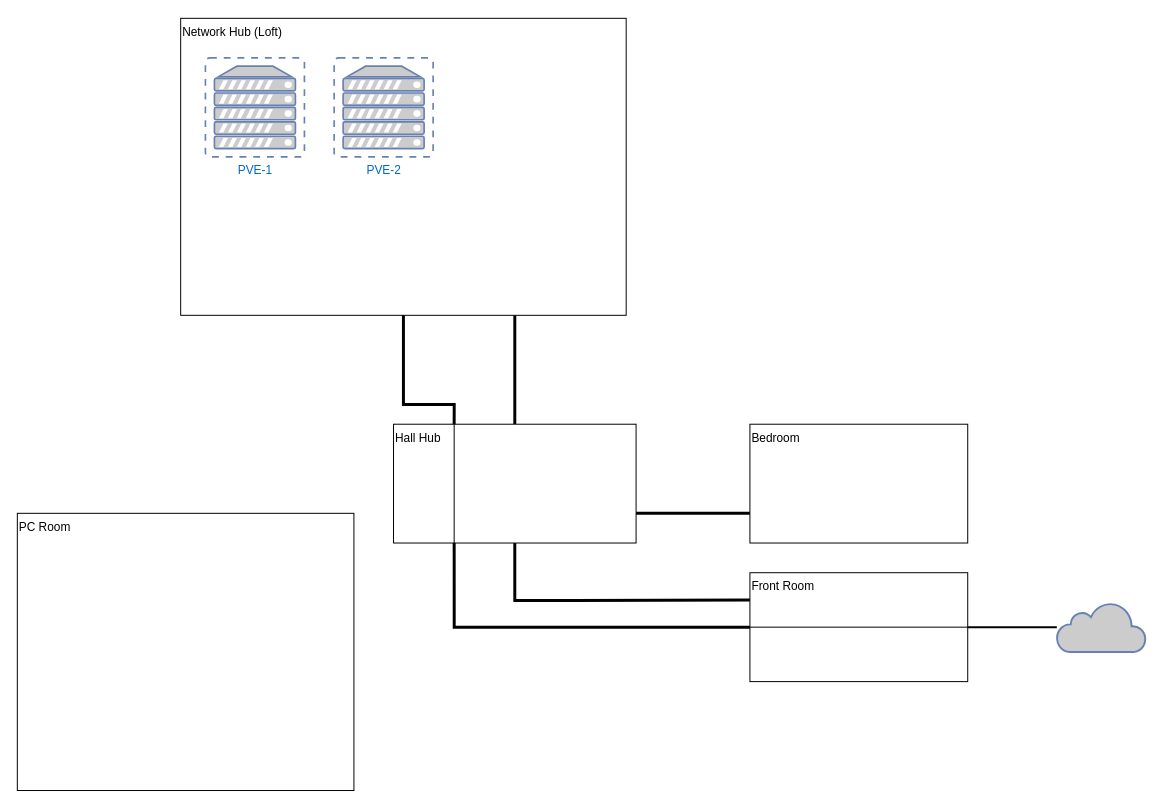
The draw.io diagram diagrams/HomeNetwork.drawio in CeruleanSpiral/home-network, before the edit. Source tidied: cells renumbered, new cells numbered last; positions are measured from the earlier drawing's top-left corner, leaving out a move shared by most shapes. Both pictures are drawn from the tidied source at 99%, with x=0, y=0 at pixel (17, 18).
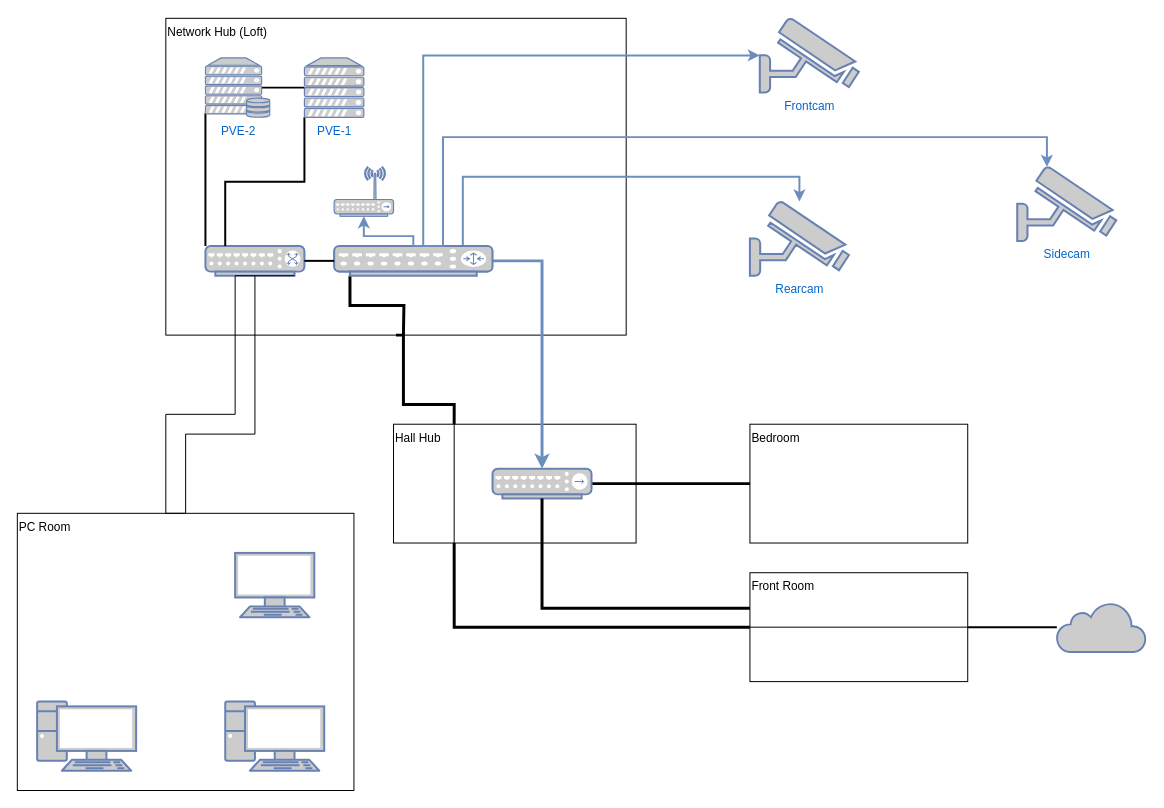
The same page after the edit.

The change refers to these unchanged cells:
```xml
<mxCell id="6" value="Hall Hub" style="rounded=0;whiteSpace=wrap;html=1;verticalAlign=top;align=left;" parent="1" vertex="1">
  <mxGeometry x="380" y="410" width="245" height="120" as="geometry" />
</mxCell>
<mxCell id="8" value="Front Room" style="rounded=0;whiteSpace=wrap;html=1;verticalAlign=top;align=left;" parent="1" vertex="1">
  <mxGeometry x="740" y="560" width="220" height="110" as="geometry" />
</mxCell>
<mxCell id="12" value="PC Room" style="rounded=0;whiteSpace=wrap;html=1;verticalAlign=top;align=left;" parent="1" vertex="1">
  <mxGeometry y="500" width="340" height="280" as="geometry" />
</mxCell>
```

Diff of the diagram source:
```diff
@@
-    <mxCell id="2" style="edgeStyle=orthogonalEdgeStyle;rounded=0;jettySize=auto;html=1;exitX=0.75;exitY=1;exitDx=0;exitDy=0;entryX=0.5;entryY=0;entryDx=0;entryDy=0;endArrow=none;endFill=0;strokeWidth=3;" parent="1" edge="1" source="3" target="6">
-      <mxGeometry relative="1" as="geometry" />
-    </mxCell>
     <mxCell id="3" value="Network Hub (Loft)" style="rounded=0;whiteSpace=wrap;html=1;verticalAlign=top;align=left;" parent="1" vertex="1">
-      <mxGeometry x="165" width="450" height="300" as="geometry" />
+      <mxGeometry x="150" width="465" height="320" as="geometry" />
     </mxCell>
-    <mxCell id="4" style="edgeStyle=orthogonalEdgeStyle;rounded=0;jettySize=auto;html=1;entryX=0;entryY=0.25;entryDx=0;entryDy=0;strokeWidth=3;endArrow=none;endFill=0;exitX=0.5;exitY=1;exitDx=0;exitDy=0;" parent="1" edge="1" source="6" target="8">
-      <mxGeometry relative="1" as="geometry">
-        <Array as="points">
-          <mxPoint x="503" y="588" />
-          <mxPoint x="561" y="588" />
-        </Array>
-      </mxGeometry>
-    </mxCell>
@@
+    <mxCell id="17" value="Bedroom" style="rounded=0;whiteSpace=wrap;html=1;verticalAlign=top;align=left;" parent="1" vertex="1">
+      <mxGeometry x="740" y="410" width="220" height="120" as="geometry" />
+    </mxCell>
+    <mxCell id="18" style="fontColor=#0066CC;verticalAlign=top;verticalLabelPosition=bottom;labelPosition=center;align=center;html=1;fillColor=#CCCCCC;strokeColor=#6881B3;gradientColor=none;gradientDirection=north;strokeWidth=2;shape=mxgraph.networks.pc;" parent="1" vertex="1">
+      <mxGeometry x="210" y="690" width="100" height="70" as="geometry" />
+    </mxCell>
+    <mxCell id="19" style="fontColor=#0066CC;verticalAlign=top;verticalLabelPosition=bottom;labelPosition=center;align=center;html=1;fillColor=#CCCCCC;strokeColor=#6881B3;gradientColor=none;gradientDirection=north;strokeWidth=2;shape=mxgraph.networks.pc;" parent="1" vertex="1">
+      <mxGeometry x="20" y="690" width="100" height="70" as="geometry" />
+    </mxCell>
+    <mxCell id="20" style="fontColor=#0066CC;verticalAlign=top;verticalLabelPosition=bottom;labelPosition=center;align=center;html=1;fillColor=#CCCCCC;strokeColor=#6881B3;gradientColor=none;gradientDirection=north;strokeWidth=2;shape=mxgraph.networks.terminal;" parent="1" vertex="1">
+      <mxGeometry x="220" y="540" width="80" height="65" as="geometry" />
+    </mxCell>
+    <mxCell id="21" style="edgeStyle=orthogonalEdgeStyle;rounded=0;jettySize=auto;html=1;exitX=0.1;exitY=1;exitDx=0;exitDy=0;exitPerimeter=0;endArrow=none;endFill=0;strokeWidth=3;" parent="1" edge="1" source="24">
+      <mxGeometry relative="1" as="geometry">
+        <mxPoint x="390" y="320" as="targetPoint" />
+      </mxGeometry>
+    </mxCell>
+    <mxCell id="22" style="edgeStyle=orthogonalEdgeStyle;rounded=0;jettySize=auto;html=1;exitX=1;exitY=0.5;exitDx=0;exitDy=0;exitPerimeter=0;strokeWidth=3;endArrow=classic;endFill=1;fillColor=#dae8fc;strokeColor=#6c8ebf;" parent="1" edge="1" source="24" target="26">
+      <mxGeometry relative="1" as="geometry" />
+    </mxCell>
+    <mxCell id="23" style="edgeStyle=orthogonalEdgeStyle;rounded=0;jettySize=auto;html=1;exitX=0.5;exitY=0;exitDx=0;exitDy=0;exitPerimeter=0;fillColor=#dae8fc;strokeColor=#6c8ebf;strokeWidth=2;" parent="1" edge="1" source="24" target="31">
+      <mxGeometry relative="1" as="geometry">
+        <Array as="points">
+          <mxPoint x="450" y="230" />
+          <mxPoint x="450" y="160" />
+          <mxPoint x="790" y="160" />
+        </Array>
+      </mxGeometry>
+    </mxCell>
+    <mxCell id="24" style="fontColor=#0066CC;verticalAlign=top;verticalLabelPosition=bottom;labelPosition=center;align=center;html=1;outlineConnect=0;fillColor=#CCCCCC;strokeColor=#6881B3;gradientColor=none;gradientDirection=north;strokeWidth=2;shape=mxgraph.networks.router;" parent="1" vertex="1">
+      <mxGeometry x="320" y="230" width="160" height="30" as="geometry" />
+    </mxCell>
+    <mxCell id="25" style="edgeStyle=orthogonalEdgeStyle;rounded=0;jettySize=auto;html=1;exitX=1;exitY=0.5;exitDx=0;exitDy=0;exitPerimeter=0;entryX=0;entryY=0.5;entryDx=0;entryDy=0;strokeWidth=3;endArrow=none;endFill=0;" parent="1" edge="1" source="26" target="17">
+      <mxGeometry relative="1" as="geometry" />
+    </mxCell>
+    <mxCell id="26" style="fontColor=#0066CC;verticalAlign=top;verticalLabelPosition=bottom;labelPosition=center;align=center;html=1;outlineConnect=0;fillColor=#CCCCCC;strokeColor=#6881B3;gradientColor=none;gradientDirection=north;strokeWidth=2;shape=mxgraph.networks.hub;" parent="1" vertex="1">
+      <mxGeometry x="480" y="455" width="100" height="30" as="geometry" />
+    </mxCell>
+    <mxCell id="27" style="fontColor=#0066CC;verticalAlign=top;verticalLabelPosition=bottom;labelPosition=center;align=center;html=1;outlineConnect=0;fillColor=#CCCCCC;strokeColor=#6881B3;gradientColor=none;gradientDirection=north;strokeWidth=2;shape=mxgraph.networks.switch;" parent="1" vertex="1">
+      <mxGeometry x="190" y="230" width="100" height="30" as="geometry" />
+    </mxCell>
+    <mxCell id="28" style="edgeStyle=orthogonalEdgeStyle;rounded=0;jettySize=auto;html=1;exitX=1;exitY=0.5;exitDx=0;exitDy=0;exitPerimeter=0;entryX=0;entryY=0.5;entryDx=0;entryDy=0;entryPerimeter=0;endArrow=none;endFill=0;strokeWidth=2;" parent="1" edge="1" source="27" target="24">
+      <mxGeometry relative="1" as="geometry" />
+    </mxCell>
+    <mxCell id="29" style="edgeStyle=orthogonalEdgeStyle;rounded=0;jettySize=auto;html=1;exitX=0.5;exitY=1;exitDx=0;exitDy=0;exitPerimeter=0;entryX=0.5;entryY=0;entryDx=0;entryDy=0;endArrow=none;endFill=0;" parent="1" edge="1" source="27" target="12">
+      <mxGeometry relative="1" as="geometry">
+        <Array as="points">
+          <mxPoint x="220" y="260" />
+          <mxPoint x="220" y="400" />
+          <mxPoint x="150" y="400" />
+        </Array>
+      </mxGeometry>
+    </mxCell>
+    <mxCell id="30" style="edgeStyle=orthogonalEdgeStyle;rounded=0;jettySize=auto;html=1;exitX=0.9;exitY=1;exitDx=0;exitDy=0;exitPerimeter=0;entryX=0.5;entryY=0;entryDx=0;entryDy=0;endArrow=none;endFill=0;" parent="1" edge="1" source="27" target="12">
+      <mxGeometry relative="1" as="geometry">
+        <Array as="points">
+          <mxPoint x="240" y="260" />
+          <mxPoint x="240" y="420" />
+          <mxPoint x="170" y="420" />
+        </Array>
+      </mxGeometry>
+    </mxCell>
+    <mxCell id="31" value="Rearcam" style="fontColor=#0066CC;verticalAlign=top;verticalLabelPosition=bottom;labelPosition=center;align=center;html=1;outlineConnect=0;fillColor=#CCCCCC;strokeColor=#6881B3;gradientColor=none;gradientDirection=north;strokeWidth=2;shape=mxgraph.networks.security_camera;" parent="1" vertex="1">
+      <mxGeometry x="740" y="185" width="100" height="75" as="geometry" />
+    </mxCell>
+    <mxCell id="32" value="Sidecam" style="fontColor=#0066CC;verticalAlign=top;verticalLabelPosition=bottom;labelPosition=center;align=center;html=1;outlineConnect=0;fillColor=#CCCCCC;strokeColor=#6881B3;gradientColor=none;gradientDirection=north;strokeWidth=2;shape=mxgraph.networks.security_camera;" parent="1" vertex="1">
+      <mxGeometry x="1010" y="150" width="100" height="75" as="geometry" />
+    </mxCell>
+    <mxCell id="33" value="Frontcam" style="fontColor=#0066CC;verticalAlign=top;verticalLabelPosition=bottom;labelPosition=center;align=center;html=1;outlineConnect=0;fillColor=#CCCCCC;strokeColor=#6881B3;gradientColor=none;gradientDirection=north;strokeWidth=2;shape=mxgraph.networks.security_camera;" parent="1" vertex="1">
+      <mxGeometry x="750" width="100" height="75" as="geometry" />
+    </mxCell>
+    <mxCell id="34" style="edgeStyle=orthogonalEdgeStyle;rounded=0;jettySize=auto;html=1;exitX=0.5;exitY=1;exitDx=0;exitDy=0;exitPerimeter=0;entryX=0;entryY=0.327;entryDx=0;entryDy=0;entryPerimeter=0;strokeWidth=3;endArrow=none;endFill=0;" parent="1" edge="1" source="26" target="8">
+      <mxGeometry relative="1" as="geometry" />
+    </mxCell>
+    <mxCell id="35" style="edgeStyle=orthogonalEdgeStyle;rounded=0;jettySize=auto;html=1;exitX=0.5;exitY=0;exitDx=0;exitDy=0;exitPerimeter=0;entryX=0;entryY=0.5;entryDx=0;entryDy=0;entryPerimeter=0;endArrow=classic;endFill=1;strokeWidth=2;fillColor=#dae8fc;strokeColor=#6c8ebf;" parent="1" edge="1" source="24" target="33">
+      <mxGeometry relative="1" as="geometry">
+        <Array as="points">
+          <mxPoint x="410" y="230" />
+          <mxPoint x="410" y="38" />
+        </Array>
+      </mxGeometry>
+    </mxCell>
+    <mxCell id="36" style="edgeStyle=orthogonalEdgeStyle;rounded=0;jettySize=auto;html=1;exitX=0.5;exitY=0;exitDx=0;exitDy=0;exitPerimeter=0;entryX=0.3;entryY=0;entryDx=0;entryDy=0;entryPerimeter=0;fillColor=#dae8fc;strokeColor=#6c8ebf;strokeWidth=2;" parent="1" edge="1" source="24" target="32">
+      <mxGeometry relative="1" as="geometry">
+        <Array as="points">
+          <mxPoint x="430" y="230" />
+          <mxPoint x="430" y="120" />
+          <mxPoint x="1040" y="120" />
+        </Array>
+      </mxGeometry>
+    </mxCell>
+    <mxCell id="37" style="edgeStyle=orthogonalEdgeStyle;rounded=0;jettySize=auto;html=1;strokeWidth=2;endArrow=none;endFill=0;exitX=0;exitY=0.93;exitDx=0;exitDy=0;exitPerimeter=0;" parent="1" edge="1" source="14" target="27">
+      <mxGeometry relative="1" as="geometry">
+        <Array as="points">
+          <mxPoint x="190" y="160" />
+          <mxPoint x="190" y="160" />
+        </Array>
+      </mxGeometry>
+    </mxCell>
-    <mxCell id="14" value="PVE-2" style="fontColor=#0066CC;verticalAlign=top;verticalLabelPosition=bottom;labelPosition=center;align=center;html=1;outlineConnect=0;fillColor=#CCCCCC;strokeColor=#6881B3;gradientColor=none;gradientDirection=north;strokeWidth=2;shape=mxgraph.networks.virtual_server;" parent="1" vertex="1">
-      <mxGeometry x="320" y="40" width="100" height="100" as="geometry" />
+    <mxCell id="14" value="PVE-2" style="fontColor=#0066CC;verticalAlign=top;verticalLabelPosition=bottom;labelPosition=center;align=center;html=1;outlineConnect=0;fillColor=#CCCCCC;strokeColor=#6881B3;gradientColor=none;gradientDirection=north;strokeWidth=2;shape=mxgraph.networks.server_storage;" parent="1" vertex="1">
+      <mxGeometry x="190" y="40" width="65" height="60" as="geometry" />
     </mxCell>
+    <mxCell id="38" style="edgeStyle=orthogonalEdgeStyle;rounded=0;jettySize=auto;html=1;exitX=0;exitY=1;exitDx=0;exitDy=0;exitPerimeter=0;endArrow=none;endFill=0;strokeWidth=2;" parent="1" edge="1" source="15" target="27">
+      <mxGeometry relative="1" as="geometry">
+        <Array as="points">
+          <mxPoint x="290" y="165" />
+          <mxPoint x="210" y="165" />
+        </Array>
+      </mxGeometry>
+    </mxCell>
-    <mxCell id="15" value="PVE-1" style="fontColor=#0066CC;verticalAlign=top;verticalLabelPosition=bottom;labelPosition=center;align=center;html=1;outlineConnect=0;fillColor=#CCCCCC;strokeColor=#6881B3;gradientColor=none;gradientDirection=north;strokeWidth=2;shape=mxgraph.networks.virtual_server;" parent="1" vertex="1">
-      <mxGeometry x="190" y="40" width="100" height="100" as="geometry" />
+    <mxCell id="15" value="PVE-1" style="fontColor=#0066CC;verticalAlign=top;verticalLabelPosition=bottom;labelPosition=center;align=center;html=1;outlineConnect=0;fillColor=#CCCCCC;strokeColor=#6881B3;gradientColor=none;gradientDirection=north;strokeWidth=2;shape=mxgraph.networks.server;" parent="1" vertex="1">
+      <mxGeometry x="290" y="40" width="60" height="60" as="geometry" />
     </mxCell>
-    <mxCell id="16" style="edgeStyle=orthogonalEdgeStyle;rounded=0;jettySize=auto;html=1;exitX=0;exitY=0.75;exitDx=0;exitDy=0;entryX=1;entryY=0.75;entryDx=0;entryDy=0;verticalAlign=middle;align=center;endArrow=none;endFill=0;strokeWidth=3;" parent="1" edge="1" source="17" target="6">
-      <mxGeometry relative="1" as="geometry" />
-    </mxCell>
-    <mxCell id="17" value="Bedroom" style="rounded=0;whiteSpace=wrap;html=1;verticalAlign=top;align=left;" parent="1" vertex="1">
-      <mxGeometry x="740" y="410" width="220" height="120" as="geometry" />
-    </mxCell>
+    <mxCell id="39" style="edgeStyle=orthogonalEdgeStyle;rounded=0;jettySize=auto;html=1;exitX=0.88;exitY=0.5;exitDx=0;exitDy=0;exitPerimeter=0;entryX=0;entryY=0.5;entryDx=0;entryDy=0;entryPerimeter=0;endArrow=none;endFill=0;strokeWidth=2;" parent="1" edge="1" source="14" target="15">
+      <mxGeometry relative="1" as="geometry" />
+    </mxCell>
+    <mxCell id="40" style="edgeStyle=orthogonalEdgeStyle;rounded=0;jettySize=auto;html=1;startArrow=classic;startFill=1;endArrow=none;endFill=0;fillColor=#dae8fc;strokeColor=#6c8ebf;strokeWidth=2;" parent="1" edge="1" source="41" target="24">
+      <mxGeometry relative="1" as="geometry" />
+    </mxCell>
+    <mxCell id="41" style="fontColor=#0066CC;verticalAlign=top;verticalLabelPosition=bottom;labelPosition=center;align=center;html=1;outlineConnect=0;fillColor=#CCCCCC;strokeColor=#6881B3;gradientColor=none;gradientDirection=north;strokeWidth=2;shape=mxgraph.networks.wireless_hub;" parent="1" vertex="1">
+      <mxGeometry x="320" y="150" width="60" height="50" as="geometry" />
+    </mxCell>
```
